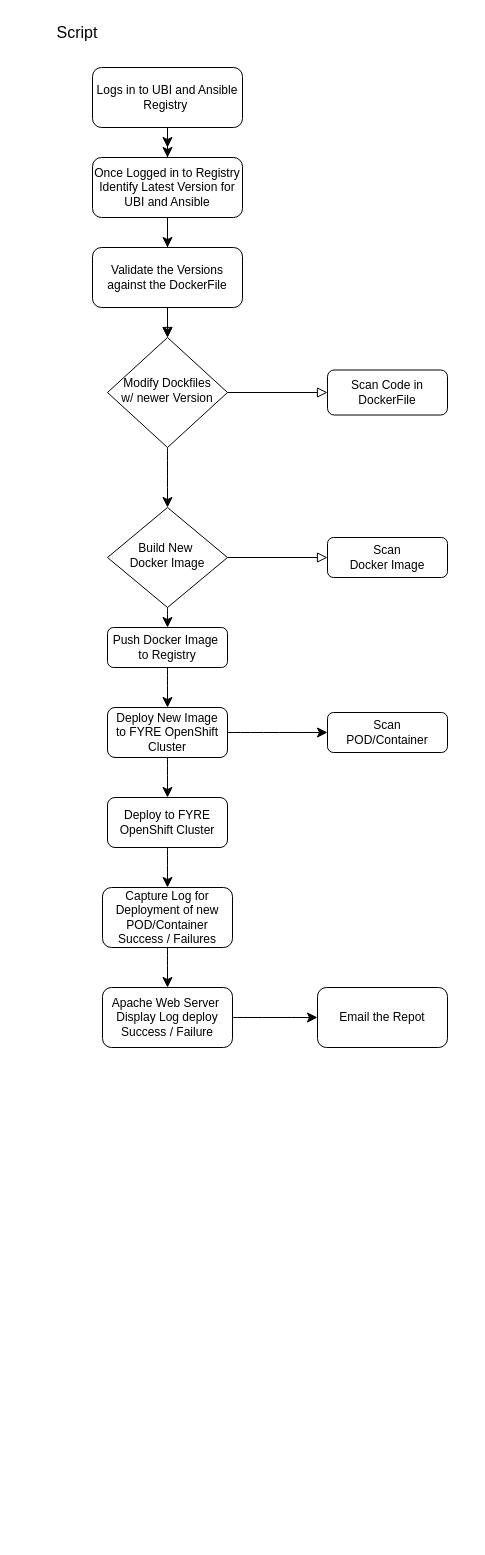
87utierrez/BaseImageValidation keeps this draw.io diagram as Untitled Diagram.drawio. Above is the earlier version. Source tidied: cells renumbered, new cells numbered last; positions are measured from the earlier drawing's top-left corner, leaving out a move shared by most shapes. Both pictures are drawn from the tidied source at 100%, with x=0, y=0 at pixel (17, 17).
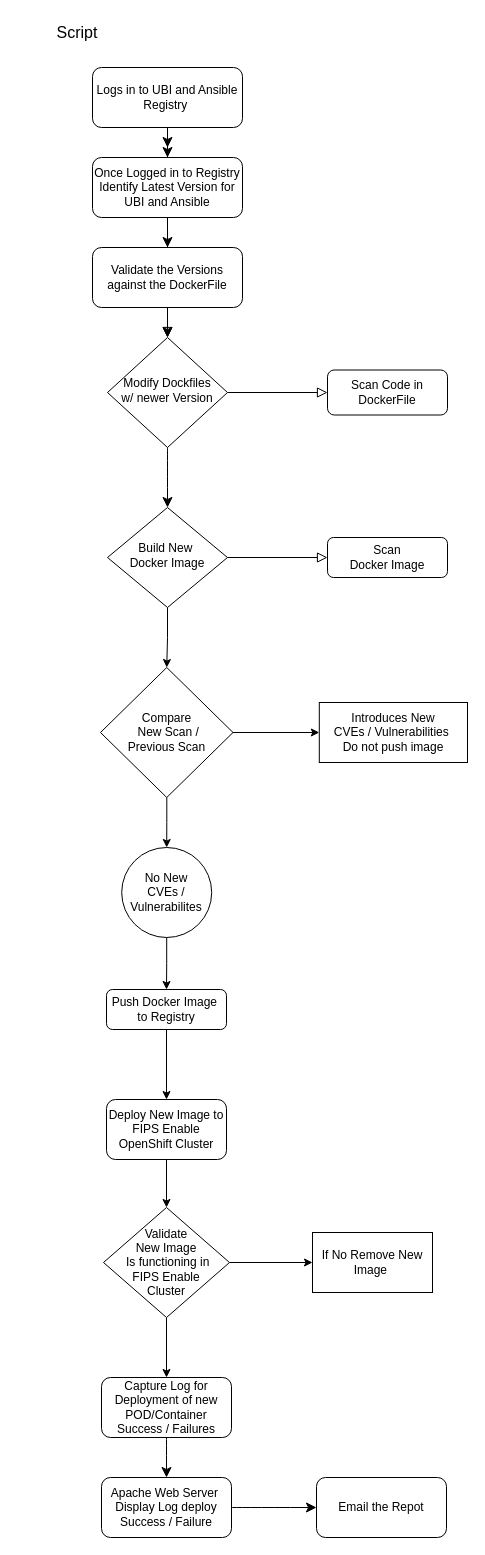
The same page after the edit.

The change refers to these unchanged cells:
```xml
<mxCell id="10" value="Build New&amp;nbsp;&lt;br&gt;Docker Image" style="rhombus;whiteSpace=wrap;html=1;shadow=0;fontFamily=Helvetica;fontSize=12;align=center;strokeWidth=1;spacing=6;spacingTop=-4;" parent="1" vertex="1">
  <mxGeometry x="90" y="490" width="120" height="100" as="geometry" />
</mxCell>
```

Diff of the diagram source:
```diff
@@
+    <mxCell id="32" style="edgeStyle=orthogonalEdgeStyle;rounded=0;jettySize=auto;html=1;entryX=0.5;entryY=0;entryDx=0;entryDy=0;" parent="1" edge="1" source="10" target="36">
+      <mxGeometry relative="1" as="geometry" />
+    </mxCell>
@@
-    <mxCell id="11" style="edgeStyle=none;curved=1;rounded=0;jettySize=auto;html=1;fontSize=12;startSize=8;endSize=8;" parent="1" edge="1" source="12" target="21">
-      <mxGeometry relative="1" as="geometry" />
-    </mxCell>
+    <mxCell id="33" style="edgeStyle=orthogonalEdgeStyle;rounded=0;jettySize=auto;html=1;" parent="1" edge="1" source="12" target="44">
+      <mxGeometry relative="1" as="geometry" />
+    </mxCell>
     <mxCell id="12" value="Push Docker Image&amp;nbsp;&lt;br&gt;to Registry" style="rounded=1;whiteSpace=wrap;html=1;fontSize=12;glass=0;strokeWidth=1;shadow=0;" parent="1" vertex="1">
-      <mxGeometry x="90" y="610" width="120" height="40" as="geometry" />
+      <mxGeometry x="89" y="972" width="120" height="40" as="geometry" />
     </mxCell>
@@
-    <mxCell id="19" style="edgeStyle=none;curved=1;rounded=0;jettySize=auto;html=1;fontSize=12;startSize=8;endSize=8;" parent="1" edge="1" source="21" target="22">
-      <mxGeometry relative="1" as="geometry" />
-    </mxCell>
-    <mxCell id="20" style="edgeStyle=none;curved=1;rounded=0;jettySize=auto;html=1;fontSize=12;startSize=8;endSize=8;" parent="1" edge="1" source="21" target="24">
-      <mxGeometry relative="1" as="geometry" />
-    </mxCell>
-    <mxCell id="21" value="Deploy New Image&lt;br&gt;to FYRE OpenShift Cluster" style="rounded=1;whiteSpace=wrap;html=1;fontSize=12;glass=0;strokeWidth=1;shadow=0;" parent="1" vertex="1">
-      <mxGeometry x="90" y="690" width="120" height="50" as="geometry" />
-    </mxCell>
-    <mxCell id="22" value="Scan&lt;br&gt;POD/Container" style="rounded=1;whiteSpace=wrap;html=1;fontSize=12;glass=0;strokeWidth=1;shadow=0;" parent="1" vertex="1">
-      <mxGeometry x="310" y="695" width="120" height="40" as="geometry" />
-    </mxCell>
-    <mxCell id="23" style="edgeStyle=none;curved=1;rounded=0;jettySize=auto;html=1;fontSize=12;startSize=8;endSize=8;" parent="1" edge="1" source="24" target="28">
-      <mxGeometry relative="1" as="geometry" />
-    </mxCell>
-    <mxCell id="24" value="Deploy to FYRE OpenShift Cluster" style="rounded=1;whiteSpace=wrap;html=1;fontSize=12;glass=0;strokeWidth=1;shadow=0;" parent="1" vertex="1">
-      <mxGeometry x="90" y="780" width="120" height="50" as="geometry" />
-    </mxCell>
-    <mxCell id="25" style="endArrow=classic;html=1;rounded=0;fontSize=12;startSize=8;endSize=8;curved=1;exitX=0.5;exitY=1;exitDx=0;exitDy=0;entryX=0.5;entryY=0;entryDx=0;entryDy=0;" parent="1" edge="1" source="10" target="12">
-      <mxGeometry relative="1" as="geometry" />
-    </mxCell>
@@
     <mxCell id="28" value="Capture Log for Deployment of new POD/Container&lt;br&gt;Success / Failures" style="rounded=1;whiteSpace=wrap;html=1;fontSize=12;glass=0;strokeWidth=1;shadow=0;" parent="1" vertex="1">
-      <mxGeometry x="85" y="870" width="130" height="60" as="geometry" />
+      <mxGeometry x="84" y="1360" width="130" height="60" as="geometry" />
     </mxCell>
@@
     <mxCell id="30" value="Apache Web Server&amp;nbsp;&lt;br&gt;Display Log deploy&lt;br&gt;Success / Failure" style="rounded=1;whiteSpace=wrap;html=1;fontSize=12;glass=0;strokeWidth=1;shadow=0;" parent="1" vertex="1">
-      <mxGeometry x="85" y="970" width="130" height="60" as="geometry" />
+      <mxGeometry x="84" y="1460" width="130" height="60" as="geometry" />
     </mxCell>
     <mxCell id="31" value="Email the Repot" style="rounded=1;whiteSpace=wrap;html=1;fontSize=12;glass=0;strokeWidth=1;shadow=0;" parent="1" vertex="1">
-      <mxGeometry x="300" y="970" width="130" height="60" as="geometry" />
+      <mxGeometry x="299" y="1460" width="130" height="60" as="geometry" />
     </mxCell>
+    <mxCell id="34" style="edgeStyle=orthogonalEdgeStyle;rounded=0;jettySize=auto;html=1;" parent="1" edge="1" source="36" target="37">
+      <mxGeometry relative="1" as="geometry" />
+    </mxCell>
+    <mxCell id="35" style="edgeStyle=orthogonalEdgeStyle;rounded=0;jettySize=auto;html=1;" parent="1" edge="1" source="36" target="39">
+      <mxGeometry relative="1" as="geometry" />
+    </mxCell>
+    <mxCell id="36" value="Compare &lt;br&gt;&amp;nbsp;New Scan /&lt;br&gt;Previous Scan" style="rhombus;whiteSpace=wrap;html=1;" parent="1" vertex="1">
+      <mxGeometry x="83" y="650" width="132.5" height="130" as="geometry" />
+    </mxCell>
+    <mxCell id="37" value="Introduces New &lt;br&gt;CVEs / Vulnerabilities&amp;nbsp;&lt;br&gt;Do not push image" style="whiteSpace=wrap;html=1;" parent="1" vertex="1">
+      <mxGeometry x="301.8" y="685" width="148.2" height="60" as="geometry" />
+    </mxCell>
+    <mxCell id="38" style="edgeStyle=orthogonalEdgeStyle;rounded=0;jettySize=auto;html=1;" parent="1" edge="1" source="39" target="12">
+      <mxGeometry relative="1" as="geometry" />
+    </mxCell>
+    <mxCell id="39" value="No New&lt;br&gt;CVEs / Vulnerabilites" style="ellipse;whiteSpace=wrap;html=1;" parent="1" vertex="1">
+      <mxGeometry x="104.2" y="830" width="90" height="90" as="geometry" />
+    </mxCell>
+    <mxCell id="40" style="edgeStyle=orthogonalEdgeStyle;rounded=0;jettySize=auto;html=1;" parent="1" edge="1" source="42" target="45">
+      <mxGeometry relative="1" as="geometry" />
+    </mxCell>
+    <mxCell id="41" style="edgeStyle=orthogonalEdgeStyle;rounded=0;jettySize=auto;html=1;" parent="1" edge="1" source="42" target="28">
+      <mxGeometry relative="1" as="geometry" />
+    </mxCell>
+    <mxCell id="42" value="Validate&lt;br&gt;New Image&lt;br&gt;&amp;nbsp;Is functioning in&lt;br&gt;FIPS Enable &lt;br&gt;Cluster" style="rhombus;whiteSpace=wrap;html=1;" parent="1" vertex="1">
+      <mxGeometry x="86" y="1190" width="126" height="110" as="geometry" />
+    </mxCell>
+    <mxCell id="43" style="edgeStyle=orthogonalEdgeStyle;rounded=0;jettySize=auto;html=1;" parent="1" edge="1" source="44" target="42">
+      <mxGeometry relative="1" as="geometry" />
+    </mxCell>
+    <mxCell id="44" value="Deploy New Image to FIPS Enable OpenShift Cluster" style="whiteSpace=wrap;html=1;rounded=1;glass=0;strokeWidth=1;shadow=0;" parent="1" vertex="1">
+      <mxGeometry x="89" y="1082" width="120" height="60" as="geometry" />
+    </mxCell>
+    <mxCell id="45" value="If&amp;nbsp;No Remove New Image&amp;nbsp;" style="whiteSpace=wrap;html=1;" parent="1" vertex="1">
+      <mxGeometry x="295" y="1215" width="120" height="60" as="geometry" />
+    </mxCell>
```
